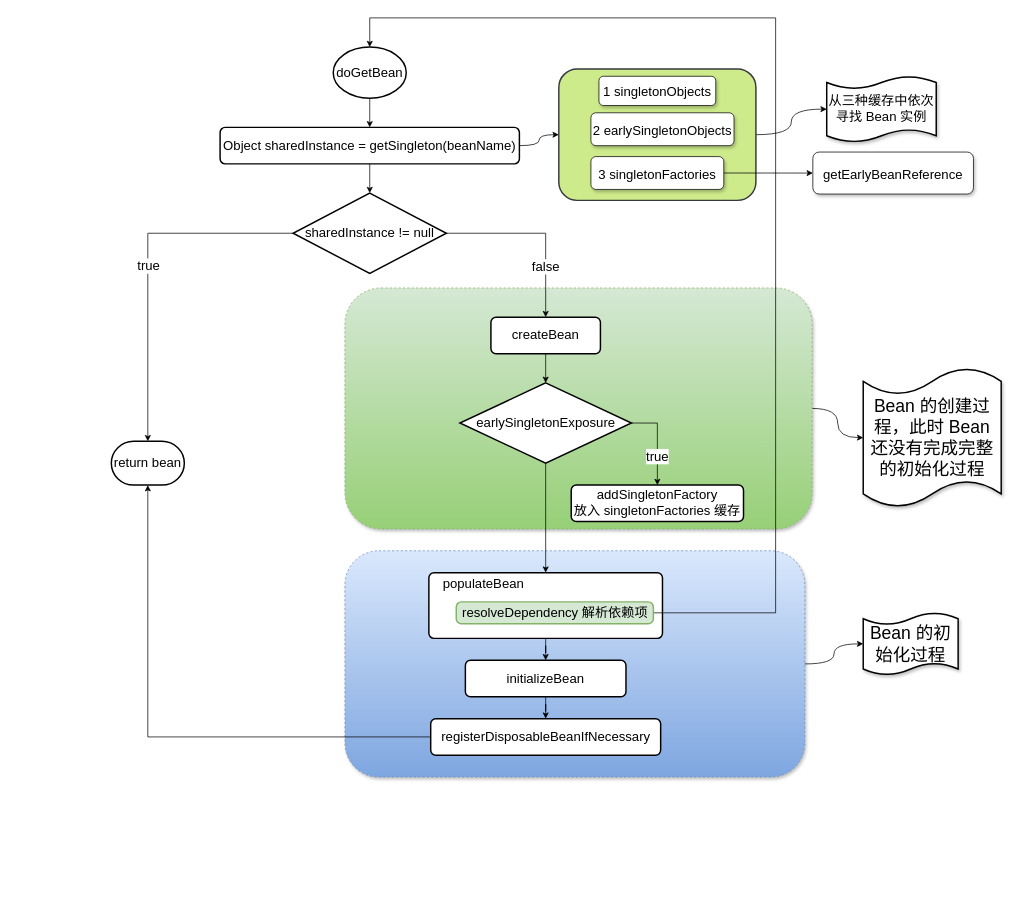
Above: spring/属性和方法注入循环引用.drawio in GitHeP/diagrams (draw.io), before the change. Source tidied: cells renumbered, new cells numbered last; positions are measured from the earlier drawing's top-left corner, leaving out a move shared by most shapes. Both pictures are drawn from the tidied source at 73%, with x=0, y=0 at pixel (111, 18).
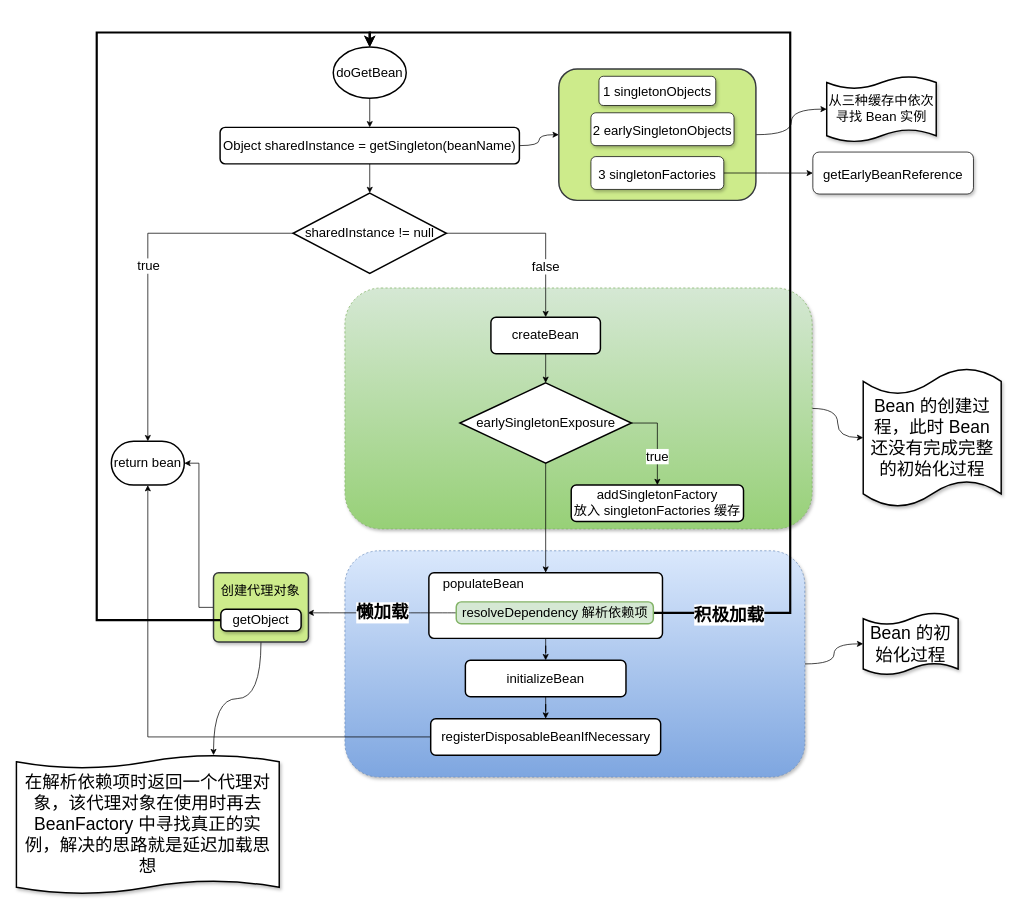
The same page after the edit.

Commit message (it also covers changes not shown here):
更新属性和方法注入循环引用.drawio

Unchanged cells that the change refers to:
```xml
<mxCell id="7" value="&lt;font style=&quot;font-size: 18px;&quot;&gt;doGetBean&lt;/font&gt;" style="strokeWidth=2;html=1;shape=mxgraph.flowchart.start_1;whiteSpace=wrap;" parent="1" vertex="1">
  <mxGeometry x="304" y="40" width="100" height="70" as="geometry" />
</mxCell>
<mxCell id="16" value="return bean" style="strokeWidth=2;html=1;shape=mxgraph.flowchart.terminator;whiteSpace=wrap;fontSize=18;" parent="1" vertex="1">
  <mxGeometry y="580" width="100" height="60" as="geometry" />
</mxCell>
<mxCell id="27" value="resolveDependency 解析依赖项" style="rounded=1;whiteSpace=wrap;html=1;absoluteArcSize=1;arcSize=14;strokeWidth=2;fontSize=18;fillColor=#d5e8d4;strokeColor=#82b366;" parent="1" vertex="1">
  <mxGeometry x="472.5" y="800" width="270" height="30" as="geometry" />
</mxCell>
```

Change to the diagram source:
```diff
@@
+    <mxCell id="42" value="&lt;b&gt;&lt;font style=&quot;font-size: 24px;&quot;&gt;懒加载&lt;/font&gt;&lt;/b&gt;" style="edgeStyle=orthogonalEdgeStyle;curved=1;jettySize=auto;html=1;entryX=0.991;entryY=0.579;entryDx=0;entryDy=0;entryPerimeter=0;fontSize=18;" parent="1" edge="1" source="27" target="46">
+      <mxGeometry relative="1" as="geometry" />
+    </mxCell>
-    <mxCell id="26" style="edgeStyle=orthogonalEdgeStyle;rounded=0;jettySize=auto;html=1;entryX=0.5;entryY=0;entryDx=0;entryDy=0;entryPerimeter=0;fontSize=18;" parent="1" edge="1" source="27" target="7">
+    <mxCell id="26" style="edgeStyle=orthogonalEdgeStyle;jettySize=auto;html=1;entryX=0.5;entryY=0;entryDx=0;entryDy=0;entryPerimeter=0;strokeWidth=3;fontSize=18;rounded=0;" parent="1" edge="1" source="27" target="7">
       <mxGeometry relative="1" as="geometry">
         <Array as="points">
-          <mxPoint x="910" y="815" />
-          <mxPoint x="910" />
-          <mxPoint x="354" />
+          <mxPoint x="930" y="815" />
+          <mxPoint x="930" y="20" />
+          <mxPoint x="354" y="20" />
         </Array>
       </mxGeometry>
     </mxCell>
+    <mxCell id="43" value="&lt;b&gt;&lt;font style=&quot;font-size: 24px;&quot;&gt;积极加载&lt;/font&gt;&lt;/b&gt;" style="edgeLabel;html=1;align=center;verticalAlign=middle;fontSize=18;" parent="26" vertex="1">
+      <mxGeometry x="-0.87" y="-2" relative="1" as="geometry" />
+    </mxCell>
@@
+    <mxCell id="44" style="edgeStyle=orthogonalEdgeStyle;jettySize=auto;html=1;entryX=1;entryY=0.5;entryDx=0;entryDy=0;entryPerimeter=0;fontSize=18;rounded=0;" parent="1" edge="1" source="46" target="16">
+      <mxGeometry relative="1" as="geometry" />
+    </mxCell>
+    <mxCell id="45" style="edgeStyle=orthogonalEdgeStyle;jettySize=auto;html=1;entryX=0.75;entryY=0;entryDx=0;entryDy=0;entryPerimeter=0;fontSize=18;curved=1;exitX=0.5;exitY=1;exitDx=0;exitDy=0;" parent="1" edge="1" source="46" target="50">
+      <mxGeometry relative="1" as="geometry" />
+    </mxCell>
+    <mxCell id="46" style="rounded=1;whiteSpace=wrap;html=1;absoluteArcSize=1;arcSize=14;strokeWidth=2;shadow=1;glass=0;sketch=0;fontSize=18;fillColor=#cdeb8b;strokeColor=#36393d;" parent="1" vertex="1">
+      <mxGeometry x="140" y="760" width="130" height="95" as="geometry" />
+    </mxCell>
+    <mxCell id="47" value="创建代理对象" style="text;html=1;strokeColor=none;fillColor=none;align=center;verticalAlign=middle;whiteSpace=wrap;rounded=0;fontSize=18;" parent="1" vertex="1">
+      <mxGeometry x="149" y="770" width="111" height="30" as="geometry" />
+    </mxCell>
+    <mxCell id="48" style="edgeStyle=orthogonalEdgeStyle;rounded=0;jettySize=auto;html=1;entryX=0.5;entryY=0;entryDx=0;entryDy=0;entryPerimeter=0;fontSize=18;strokeWidth=3;" parent="1" edge="1" source="49" target="7">
+      <mxGeometry relative="1" as="geometry">
+        <Array as="points">
+          <mxPoint x="-20" y="825" />
+          <mxPoint x="-20" y="20" />
+          <mxPoint x="354" y="20" />
+        </Array>
+      </mxGeometry>
+    </mxCell>
+    <mxCell id="49" value="getObject" style="rounded=1;whiteSpace=wrap;html=1;absoluteArcSize=1;arcSize=14;strokeWidth=2;shadow=1;glass=0;sketch=0;fontSize=18;" parent="1" vertex="1">
+      <mxGeometry x="150" y="810" width="110" height="30" as="geometry" />
+    </mxCell>
+    <mxCell id="50" value="&lt;font style=&quot;font-size: 24px;&quot;&gt;在解析依赖项时返回一个代理对象，该代理对象在使用时再去 BeanFactory 中寻找真正的实例，解决的思路就是延迟加载思想&lt;/font&gt;" style="shape=tape;whiteSpace=wrap;html=1;strokeWidth=2;size=0.09523809523809523;rounded=1;shadow=1;glass=0;sketch=0;fontSize=18;" parent="1" vertex="1">
+      <mxGeometry x="-130" y="1010" width="360" height="190" as="geometry" />
+    </mxCell>
```
